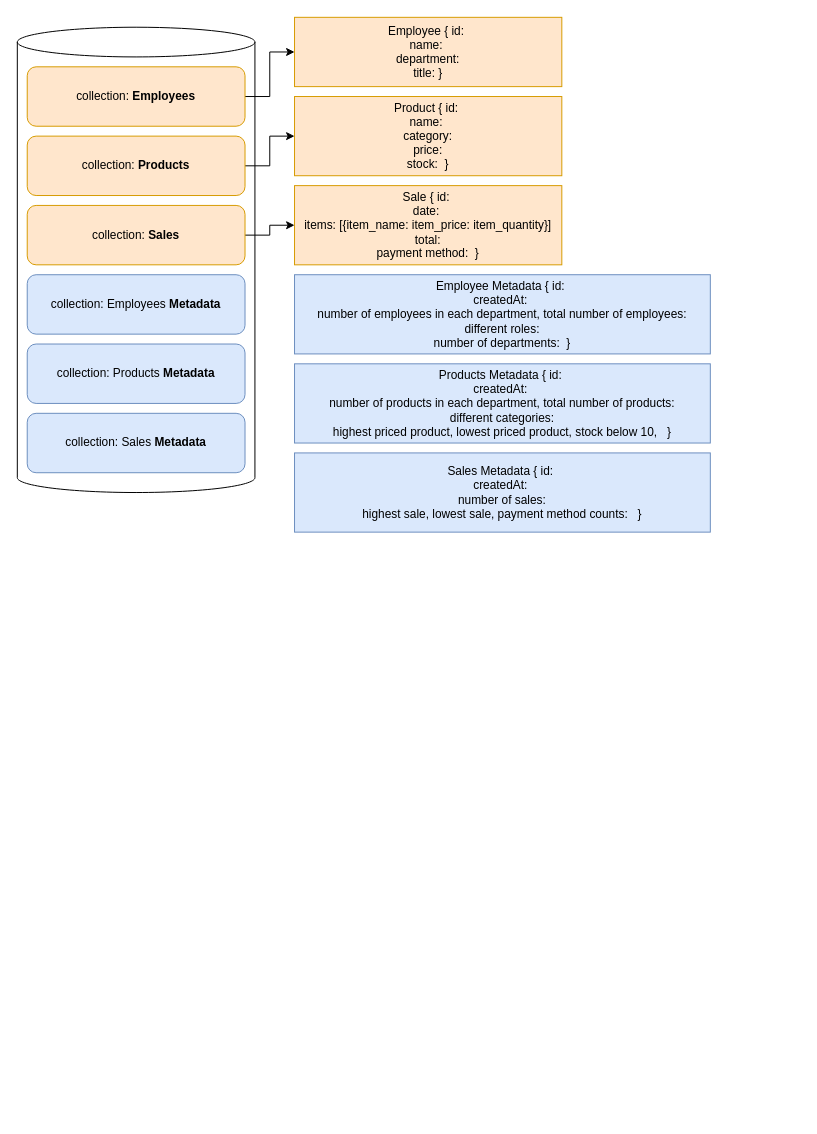
Earlier version of the draw.io diagram Untitled Diagram.drawio (davitaro/elasticsearch-metadata). Source tidied: cells renumbered, new cells numbered last; positions are measured from the earlier drawing's top-left corner, leaving out a move shared by most shapes. Both pictures are drawn from the tidied source at 99%, with x=0, y=0 at pixel (17, 17).
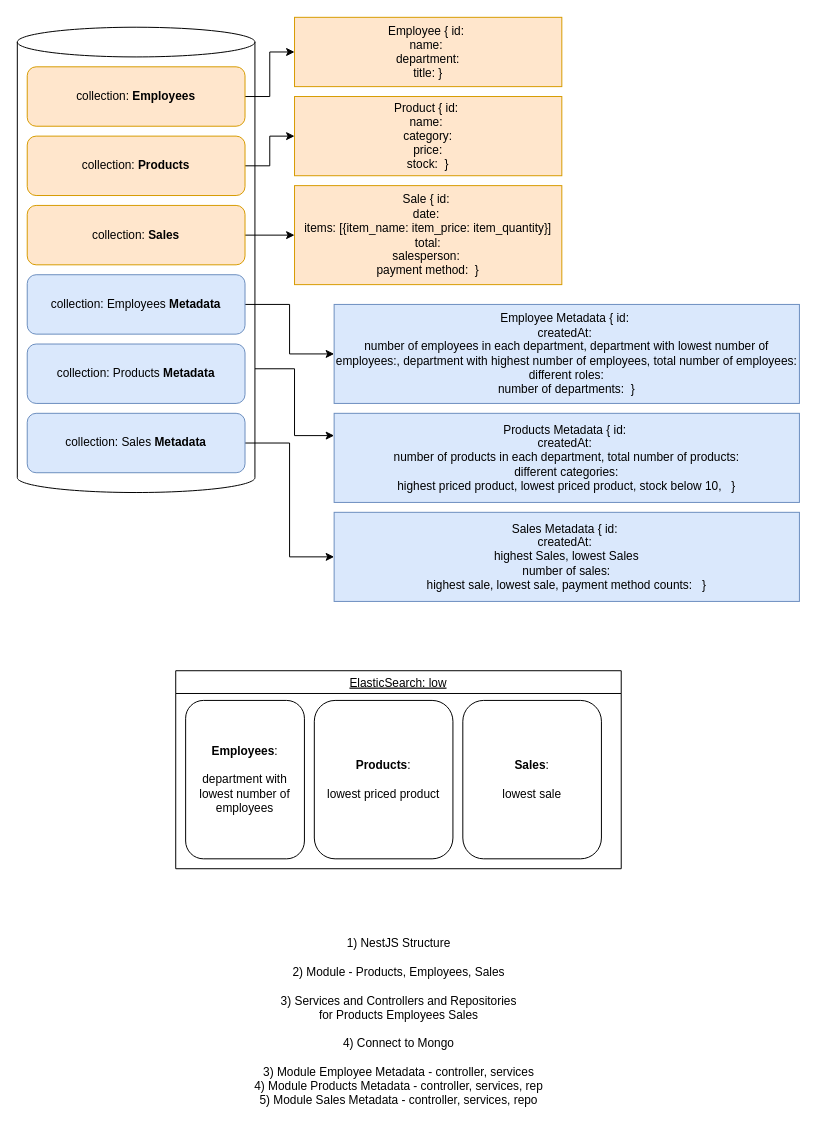
Above is the later version.

The change refers to these unchanged cells:
```xml
<mxCell id="2" style="shape=cylinder3;whiteSpace=wrap;html=1;boundedLbl=1;backgroundOutline=1;size=15;" parent="1" vertex="1">
  <mxGeometry y="10" width="240" height="470" as="geometry" />
</mxCell>
<mxCell id="9" value="collection: Sales&amp;nbsp;&lt;b&gt;Metadata&lt;/b&gt;" style="rounded=1;whiteSpace=wrap;html=1;fillColor=#dae8fc;strokeColor=#6c8ebf;" parent="1" vertex="1">
  <mxGeometry x="10" y="400" width="220" height="60" as="geometry" />
</mxCell>
<mxCell id="14" value="collection: Employees&amp;nbsp;&lt;b&gt;Metadata&lt;/b&gt;" style="rounded=1;whiteSpace=wrap;html=1;fillColor=#dae8fc;strokeColor=#6c8ebf;" parent="1" vertex="1">
  <mxGeometry x="10" y="260" width="220" height="60" as="geometry" />
</mxCell>
```

What changed in the source:
```diff
@@
+    <mxCell id="18" style="edgeStyle=orthogonalEdgeStyle;rounded=0;jettySize=auto;html=1;exitX=1;exitY=0;exitDx=0;exitDy=344.99999999999994;exitPerimeter=0;entryX=0;entryY=0.25;entryDx=0;entryDy=0;" parent="1" edge="1" source="2" target="16">
+      <mxGeometry relative="1" as="geometry" />
+    </mxCell>
@@
+    <mxCell id="19" style="edgeStyle=orthogonalEdgeStyle;rounded=0;jettySize=auto;html=1;exitX=1;exitY=0.5;exitDx=0;exitDy=0;entryX=0;entryY=0.5;entryDx=0;entryDy=0;" parent="1" edge="1" source="9" target="17">
+      <mxGeometry relative="1" as="geometry" />
+    </mxCell>
@@
-    <mxCell id="12" value="Sale { id:&amp;nbsp;&lt;br&gt;date:&amp;nbsp;&lt;br&gt;items: [{item_name: item_price: item_quantity}]&lt;br&gt;total:&lt;br&gt;payment method:&amp;nbsp; }" style="rounded=0;whiteSpace=wrap;html=1;fillColor=#ffe6cc;strokeColor=#d79b00;" parent="1" vertex="1">
-      <mxGeometry x="280" y="170" width="270" height="80" as="geometry" />
+    <mxCell id="12" value="Sale { id:&amp;nbsp;&lt;br&gt;date:&amp;nbsp;&lt;br&gt;items: [{item_name: item_price: item_quantity}]&lt;br&gt;total:&lt;br&gt;salesperson:&amp;nbsp;&lt;br&gt;payment method:&amp;nbsp; }" style="rounded=0;whiteSpace=wrap;html=1;fillColor=#ffe6cc;strokeColor=#d79b00;" parent="1" vertex="1">
+      <mxGeometry x="280" y="170" width="270" height="100" as="geometry" />
     </mxCell>
@@
+    <mxCell id="20" style="edgeStyle=orthogonalEdgeStyle;rounded=0;jettySize=auto;html=1;exitX=1;exitY=0.5;exitDx=0;exitDy=0;entryX=0;entryY=0.5;entryDx=0;entryDy=0;" parent="1" edge="1" source="14" target="15">
+      <mxGeometry relative="1" as="geometry" />
+    </mxCell>
@@
-    <mxCell id="15" value="Employee Metadata { id:&amp;nbsp;&lt;br&gt;createdAt:&amp;nbsp;&lt;br&gt;number of employees in each department, total number of employees:&lt;br&gt;different roles: &lt;br&gt;number of departments:&amp;nbsp; }" style="rounded=0;whiteSpace=wrap;html=1;fillColor=#dae8fc;strokeColor=#6c8ebf;" parent="1" vertex="1">
-      <mxGeometry x="280" y="260" width="420" height="80" as="geometry" />
+    <mxCell id="15" value="Employee Metadata { id:&amp;nbsp;&lt;br&gt;createdAt:&amp;nbsp;&lt;br&gt;number of employees in each department, department with lowest number of employees:, department with highest number of employees, total number of employees:&lt;br&gt;different roles: &lt;br&gt;number of departments:&amp;nbsp; }" style="rounded=0;whiteSpace=wrap;html=1;fillColor=#dae8fc;strokeColor=#6c8ebf;" parent="1" vertex="1">
+      <mxGeometry x="320" y="290" width="470" height="100" as="geometry" />
     </mxCell>
     <mxCell id="16" value="Products Metadata { id:&amp;nbsp;&lt;br&gt;createdAt:&amp;nbsp;&lt;br&gt;number of products in each department, total number of products:&lt;br&gt;different categories: &lt;br&gt;highest priced product, lowest priced product, stock below 10,&amp;nbsp; &amp;nbsp;}" style="rounded=0;whiteSpace=wrap;html=1;fillColor=#dae8fc;strokeColor=#6c8ebf;" parent="1" vertex="1">
-      <mxGeometry x="280" y="350" width="420" height="80" as="geometry" />
+      <mxGeometry x="320" y="400" width="470" height="90" as="geometry" />
     </mxCell>
-    <mxCell id="17" value="Sales Metadata { id:&amp;nbsp;&lt;br&gt;createdAt:&amp;nbsp;&lt;br&gt;number of sales:&lt;br&gt;highest sale, lowest sale, payment method counts:&amp;nbsp; &amp;nbsp;}" style="rounded=0;whiteSpace=wrap;html=1;fillColor=#dae8fc;strokeColor=#6c8ebf;" parent="1" vertex="1">
-      <mxGeometry x="280" y="440" width="420" height="80" as="geometry" />
+    <mxCell id="17" value="Sales Metadata { id:&amp;nbsp;&lt;br&gt;createdAt:&amp;nbsp;&lt;br&gt;highest Sales, lowest Sales&lt;br&gt;number of sales:&lt;br&gt;highest sale, lowest sale, payment method counts:&amp;nbsp; &amp;nbsp;}" style="rounded=0;whiteSpace=wrap;html=1;fillColor=#dae8fc;strokeColor=#6c8ebf;" parent="1" vertex="1">
+      <mxGeometry x="320" y="500" width="470" height="90" as="geometry" />
     </mxCell>
+    <mxCell id="21" value="ElasticSearch: low" style="swimlane;fontStyle=4;startSize=23;" parent="1" vertex="1">
+      <mxGeometry x="160" y="660" width="450" height="200" as="geometry" />
+    </mxCell>
+    <mxCell id="22" value="&lt;b&gt;Employees&lt;/b&gt;:&lt;br&gt;&lt;br&gt;department with lowest number of employees" style="rounded=1;whiteSpace=wrap;html=1;" parent="21" vertex="1">
+      <mxGeometry x="10" y="30" width="120" height="160" as="geometry" />
+    </mxCell>
+    <mxCell id="23" value="&lt;b&gt;Products&lt;/b&gt;:&lt;br&gt;&lt;br&gt;lowest priced product" style="rounded=1;whiteSpace=wrap;html=1;" parent="21" vertex="1">
+      <mxGeometry x="140" y="30" width="140" height="160" as="geometry" />
+    </mxCell>
+    <mxCell id="24" value="&lt;b&gt;Sales&lt;/b&gt;:&lt;br&gt;&lt;br&gt;lowest sale" style="rounded=1;whiteSpace=wrap;html=1;" parent="21" vertex="1">
+      <mxGeometry x="290" y="30" width="140" height="160" as="geometry" />
+    </mxCell>
+    <mxCell id="25" value="1) NestJS Structure&lt;br&gt;&lt;br&gt;2) Module - Products, Employees, Sales&lt;br&gt;&lt;br&gt;3) Services and Controllers and Repositories&lt;br&gt;for Products Employees Sales&lt;br&gt;&lt;br&gt;4) Connect to Mongo&lt;br&gt;&lt;br&gt;3) Module Employee Metadata - controller, services&lt;br&gt;4) Module Products Metadata - controller, services, rep&lt;br&gt;5) Module Sales Metadata - controller, services, repo" style="text;html=1;align=center;verticalAlign=middle;strokeColor=none;fillColor=none;" parent="1" vertex="1">
+      <mxGeometry x="230" y="920" width="310" height="190" as="geometry" />
+    </mxCell>
```
